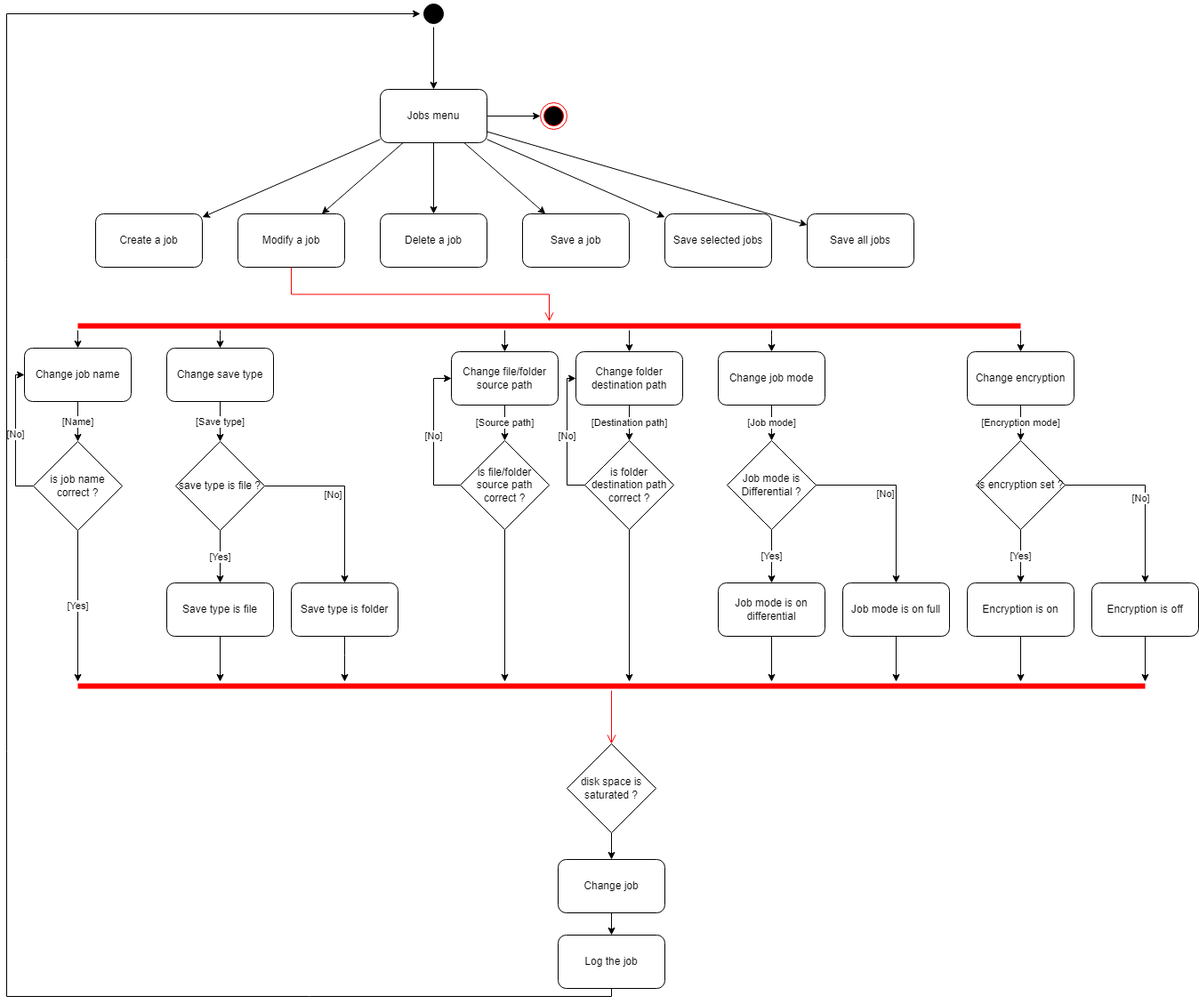
Atineon/easysave_production keeps this draw.io diagram as CDC/3.0/activity_diagram_job_modify.png. Above is the earlier version. Source tidied: cells renumbered, new cells last; positions are measured from the earlier drawing's top-left corner, leaving out a move shared by most shapes.
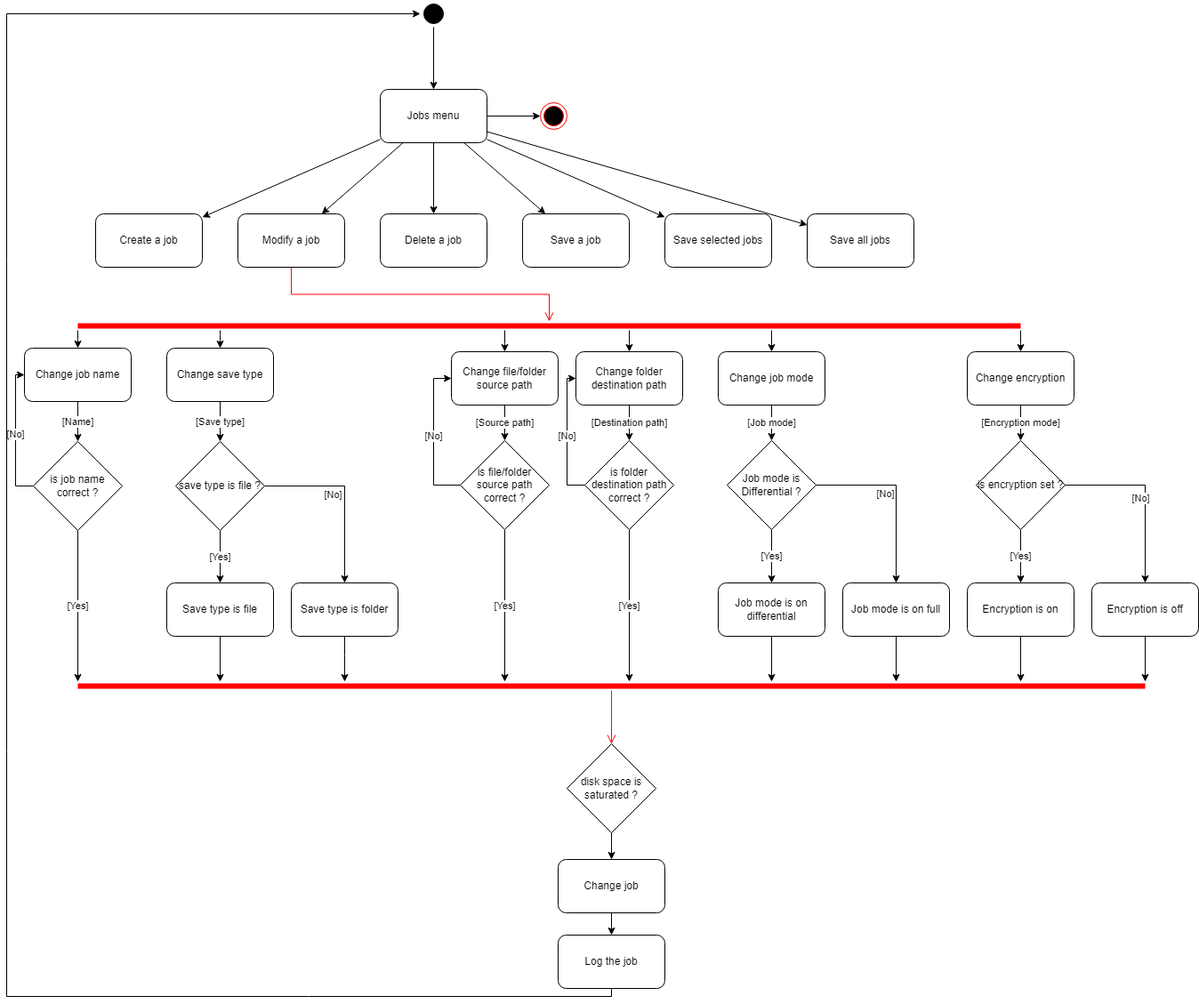
After the change.

Commit message:
fix: activity diagrams

What changed in the source:
```diff
@@ -133,7 +133,7 @@
         </Array>
       </mxGeometry>
     </mxCell>
-    <mxCell id="33" style="edgeStyle=none;rounded=0;jettySize=auto;html=1;endArrow=classic;endFill=1;elbow=vertical;" parent="1" edge="1" source="34" target="65">
+    <mxCell id="33" value="[Yes]" style="edgeStyle=none;rounded=0;jettySize=auto;html=1;endArrow=classic;endFill=1;elbow=vertical;" parent="1" edge="1" source="34" target="65">
       <mxGeometry relative="1" as="geometry">
         <Array as="points">
           <mxPoint x="560" y="766" />
@@ -158,7 +158,7 @@
         </Array>
       </mxGeometry>
     </mxCell>
-    <mxCell id="38" style="edgeStyle=none;rounded=0;jettySize=auto;html=1;endArrow=classic;endFill=1;elbow=vertical;" parent="1" edge="1" source="39" target="65">
+    <mxCell id="38" value="[Yes]" style="edgeStyle=none;rounded=0;jettySize=auto;html=1;endArrow=classic;endFill=1;elbow=vertical;" parent="1" edge="1" source="39" target="65">
       <mxGeometry relative="1" as="geometry">
         <Array as="points">
           <mxPoint x="700" y="766" />
```
